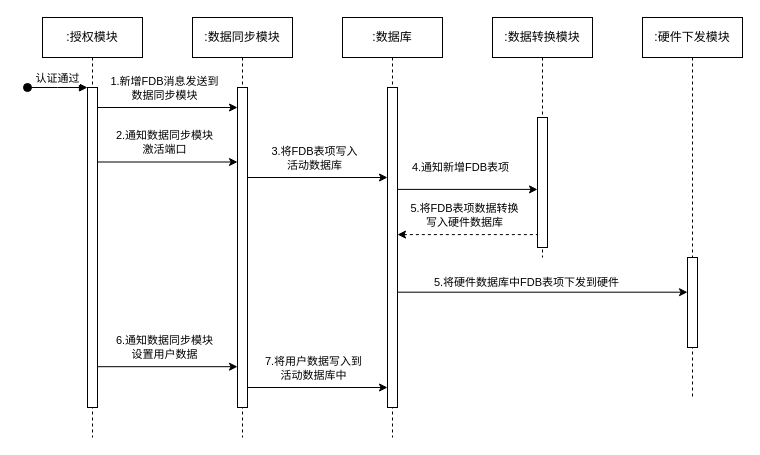
Before: 授权时序图.drawio in PATORITU/PATORITU, a draw.io diagram. Source tidied: cells renumbered, new cells numbered last; positions are measured from the earlier drawing's top-left corner, leaving out a move shared by most shapes. Both pictures are drawn from the tidied source at 100%, with x=0, y=0 at pixel (27, 17).
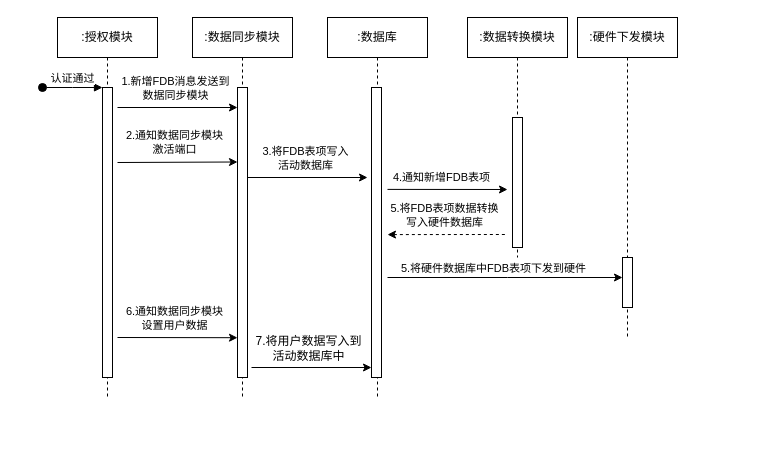
Above is the later version.

Commit message:
更新授权时序图.drawio

Diff of the diagram source:
```diff
@@
-    <mxCell id="2" value=":授权模块" style="shape=umlLifeline;perimeter=lifelinePerimeter;whiteSpace=wrap;html=1;newEdgeStyle={&quot;edgeStyle&quot;:&quot;elbowEdgeStyle&quot;,&quot;elbow&quot;:&quot;vertical&quot;,&quot;curved&quot;:0,&quot;rounded&quot;:0};" parent="1" vertex="1">
-      <mxGeometry x="15" width="100" height="420" as="geometry" />
+    <mxCell id="2" value="&lt;span style=&quot;font-weight: normal;&quot;&gt;:授权模块&lt;/span&gt;" style="shape=umlLifeline;perimeter=lifelinePerimeter;whiteSpace=wrap;html=1;newEdgeStyle={&quot;edgeStyle&quot;:&quot;elbowEdgeStyle&quot;,&quot;elbow&quot;:&quot;vertical&quot;,&quot;curved&quot;:0,&quot;rounded&quot;:0};fontFamily=宋体;fontStyle=1;" parent="1" vertex="1">
+      <mxGeometry x="30" width="100" height="380" as="geometry" />
     </mxCell>
-    <mxCell id="3" style="html=1;points=[];perimeter=orthogonalPerimeter;outlineConnect=0;targetShapes=umlLifeline;portConstraint=eastwest;newEdgeStyle={&quot;edgeStyle&quot;:&quot;elbowEdgeStyle&quot;,&quot;elbow&quot;:&quot;vertical&quot;,&quot;curved&quot;:0,&quot;rounded&quot;:0};" parent="2" vertex="1">
-      <mxGeometry x="45" y="70" width="10" height="320" as="geometry" />
+    <mxCell id="3" style="html=1;points=[];perimeter=orthogonalPerimeter;outlineConnect=0;targetShapes=umlLifeline;portConstraint=eastwest;newEdgeStyle={&quot;edgeStyle&quot;:&quot;elbowEdgeStyle&quot;,&quot;elbow&quot;:&quot;vertical&quot;,&quot;curved&quot;:0,&quot;rounded&quot;:0};fontFamily=宋体;fontStyle=0;" parent="2" vertex="1">
+      <mxGeometry x="45" y="70" width="10" height="290" as="geometry" />
     </mxCell>
-    <mxCell id="4" value="认证通过" style="html=1;verticalAlign=bottom;startArrow=oval;endArrow=block;startSize=8;edgeStyle=elbowEdgeStyle;elbow=vertical;curved=0;rounded=0;" parent="2" edge="1" target="3">
+    <mxCell id="4" value="认证通过" style="html=1;verticalAlign=bottom;startArrow=oval;endArrow=block;startSize=8;edgeStyle=elbowEdgeStyle;elbow=vertical;curved=0;rounded=0;fontFamily=宋体;fontStyle=0;" parent="2" edge="1" target="3">
       <mxGeometry relative="1" as="geometry">
         <mxPoint x="-15" y="70" as="sourcePoint" />
       </mxGeometry>
     </mxCell>
-    <mxCell id="5" value=":数据同步模块" style="shape=umlLifeline;perimeter=lifelinePerimeter;whiteSpace=wrap;html=1;newEdgeStyle={&quot;edgeStyle&quot;:&quot;elbowEdgeStyle&quot;,&quot;elbow&quot;:&quot;vertical&quot;,&quot;curved&quot;:0,&quot;rounded&quot;:0};" parent="1" vertex="1">
-      <mxGeometry x="165" width="100" height="420" as="geometry" />
+    <mxCell id="5" value=":数据同步模块" style="shape=umlLifeline;perimeter=lifelinePerimeter;whiteSpace=wrap;html=1;newEdgeStyle={&quot;edgeStyle&quot;:&quot;elbowEdgeStyle&quot;,&quot;elbow&quot;:&quot;vertical&quot;,&quot;curved&quot;:0,&quot;rounded&quot;:0};fontFamily=宋体;fontStyle=0;" parent="1" vertex="1">
+      <mxGeometry x="165" width="100" height="380" as="geometry" />
     </mxCell>
-    <mxCell id="6" style="html=1;perimeter=orthogonalPerimeter;targetShapes=umlLifeline;newEdgeStyle={&quot;edgeStyle&quot;:&quot;elbowEdgeStyle&quot;,&quot;elbow&quot;:&quot;vertical&quot;,&quot;curved&quot;:0,&quot;rounded&quot;:0};" parent="5" vertex="1">
-      <mxGeometry x="45" y="70" width="10" height="320" as="geometry" />
+    <mxCell id="6" style="html=1;perimeter=orthogonalPerimeter;targetShapes=umlLifeline;newEdgeStyle={&quot;edgeStyle&quot;:&quot;elbowEdgeStyle&quot;,&quot;elbow&quot;:&quot;vertical&quot;,&quot;curved&quot;:0,&quot;rounded&quot;:0};fontFamily=宋体;fontStyle=0;" parent="5" vertex="1">
+      <mxGeometry x="45" y="70" width="10" height="290" as="geometry" />
     </mxCell>
-    <mxCell id="7" value=":数据库" style="shape=umlLifeline;perimeter=lifelinePerimeter;whiteSpace=wrap;html=1;newEdgeStyle={&quot;edgeStyle&quot;:&quot;elbowEdgeStyle&quot;,&quot;elbow&quot;:&quot;vertical&quot;,&quot;curved&quot;:0,&quot;rounded&quot;:0};" parent="1" vertex="1">
-      <mxGeometry x="315" width="100" height="420" as="geometry" />
+    <mxCell id="7" value=":数据库" style="shape=umlLifeline;perimeter=lifelinePerimeter;whiteSpace=wrap;html=1;newEdgeStyle={&quot;edgeStyle&quot;:&quot;elbowEdgeStyle&quot;,&quot;elbow&quot;:&quot;vertical&quot;,&quot;curved&quot;:0,&quot;rounded&quot;:0};fontFamily=宋体;fontStyle=0;" parent="1" vertex="1">
+      <mxGeometry x="300" width="100" height="380" as="geometry" />
     </mxCell>
-    <mxCell id="8" style="html=1;perimeter=orthogonalPerimeter;targetShapes=umlLifeline;newEdgeStyle={&quot;edgeStyle&quot;:&quot;elbowEdgeStyle&quot;,&quot;elbow&quot;:&quot;vertical&quot;,&quot;curved&quot;:0,&quot;rounded&quot;:0};" parent="7" vertex="1">
-      <mxGeometry x="45" y="70" width="10" height="320" as="geometry" />
+    <mxCell id="8" style="html=1;perimeter=orthogonalPerimeter;targetShapes=umlLifeline;newEdgeStyle={&quot;edgeStyle&quot;:&quot;elbowEdgeStyle&quot;,&quot;elbow&quot;:&quot;vertical&quot;,&quot;curved&quot;:0,&quot;rounded&quot;:0};fontFamily=宋体;fontStyle=0;" parent="7" vertex="1">
+      <mxGeometry x="44" y="70" width="10" height="290" as="geometry" />
     </mxCell>
-    <mxCell id="9" value=":数据转换模块" style="shape=umlLifeline;perimeter=lifelinePerimeter;whiteSpace=wrap;html=1;newEdgeStyle={&quot;edgeStyle&quot;:&quot;elbowEdgeStyle&quot;,&quot;elbow&quot;:&quot;vertical&quot;,&quot;curved&quot;:0,&quot;rounded&quot;:0};" parent="1" vertex="1">
-      <mxGeometry x="465" width="100" height="240" as="geometry" />
+    <mxCell id="9" value=":数据转换模块" style="shape=umlLifeline;perimeter=lifelinePerimeter;whiteSpace=wrap;html=1;newEdgeStyle={&quot;edgeStyle&quot;:&quot;elbowEdgeStyle&quot;,&quot;elbow&quot;:&quot;vertical&quot;,&quot;curved&quot;:0,&quot;rounded&quot;:0};fontFamily=宋体;fontStyle=0;" parent="1" vertex="1">
+      <mxGeometry x="440" width="100" height="240" as="geometry" />
     </mxCell>
-    <mxCell id="10" style="html=1;perimeter=orthogonalPerimeter;targetShapes=umlLifeline;newEdgeStyle={&quot;edgeStyle&quot;:&quot;elbowEdgeStyle&quot;,&quot;elbow&quot;:&quot;vertical&quot;,&quot;curved&quot;:0,&quot;rounded&quot;:0};" parent="9" vertex="1">
+    <mxCell id="10" style="html=1;perimeter=orthogonalPerimeter;targetShapes=umlLifeline;newEdgeStyle={&quot;edgeStyle&quot;:&quot;elbowEdgeStyle&quot;,&quot;elbow&quot;:&quot;vertical&quot;,&quot;curved&quot;:0,&quot;rounded&quot;:0};fontFamily=宋体;fontStyle=0;" parent="9" vertex="1">
       <mxGeometry x="45" y="100" width="10" height="130" as="geometry" />
     </mxCell>
-    <mxCell id="11" value=":硬件下发模块" style="shape=umlLifeline;perimeter=lifelinePerimeter;whiteSpace=wrap;html=1;newEdgeStyle={&quot;edgeStyle&quot;:&quot;elbowEdgeStyle&quot;,&quot;elbow&quot;:&quot;vertical&quot;,&quot;curved&quot;:0,&quot;rounded&quot;:0};" parent="1" vertex="1">
-      <mxGeometry x="615" width="100" height="380" as="geometry" />
+    <mxCell id="11" value=":硬件下发模块" style="shape=umlLifeline;perimeter=lifelinePerimeter;whiteSpace=wrap;html=1;newEdgeStyle={&quot;edgeStyle&quot;:&quot;elbowEdgeStyle&quot;,&quot;elbow&quot;:&quot;vertical&quot;,&quot;curved&quot;:0,&quot;rounded&quot;:0};fontFamily=宋体;fontStyle=0;" parent="1" vertex="1">
+      <mxGeometry x="550" width="100" height="320" as="geometry" />
     </mxCell>
-    <mxCell id="12" style="html=1;points=[];perimeter=orthogonalPerimeter;outlineConnect=0;targetShapes=umlLifeline;portConstraint=eastwest;newEdgeStyle={&quot;edgeStyle&quot;:&quot;elbowEdgeStyle&quot;,&quot;elbow&quot;:&quot;vertical&quot;,&quot;curved&quot;:0,&quot;rounded&quot;:0};" parent="11" vertex="1">
-      <mxGeometry x="45" y="240" width="10" height="90" as="geometry" />
+    <mxCell id="12" style="html=1;points=[];perimeter=orthogonalPerimeter;outlineConnect=0;targetShapes=umlLifeline;portConstraint=eastwest;newEdgeStyle={&quot;edgeStyle&quot;:&quot;elbowEdgeStyle&quot;,&quot;elbow&quot;:&quot;vertical&quot;,&quot;curved&quot;:0,&quot;rounded&quot;:0};fontFamily=宋体;fontStyle=0;" parent="11" vertex="1">
+      <mxGeometry x="45" y="240" width="10" height="50" as="geometry" />
     </mxCell>
-    <mxCell id="13" style="endArrow=classic;html=1;rounded=0;" parent="1" edge="1">
+    <mxCell id="13" style="endArrow=classic;html=1;rounded=0;fontFamily=宋体;fontStyle=0;" parent="1" edge="1">
       <mxGeometry relative="1" as="geometry">
-        <mxPoint x="70" y="90" as="sourcePoint" />
+        <mxPoint x="90" y="90" as="sourcePoint" />
         <mxPoint x="210" y="90" as="targetPoint" />
       </mxGeometry>
     </mxCell>
-    <mxCell id="14" value="1.新增FDB消息发送到&lt;br&gt;数据同步模块" style="edgeLabel;html=1;align=center;verticalAlign=middle;" parent="13" vertex="1">
+    <mxCell id="14" value="1.新增FDB消息发送到&lt;br&gt;数据同步模块" style="edgeLabel;html=1;align=center;verticalAlign=middle;fontFamily=宋体;fontStyle=0;" parent="13" vertex="1">
       <mxGeometry x="-0.15" relative="1" as="geometry">
         <mxPoint x="6" y="-20" as="offset" />
       </mxGeometry>
     </mxCell>
-    <mxCell id="15" style="endArrow=classic;html=1;rounded=0;" parent="1" edge="1">
+    <mxCell id="15" style="endArrow=classic;html=1;rounded=0;fontFamily=宋体;fontStyle=0;" parent="1" edge="1">
       <mxGeometry relative="1" as="geometry">
         <mxPoint x="220" y="160" as="sourcePoint" />
-        <mxPoint x="360" y="160" as="targetPoint" />
+        <mxPoint x="340" y="160" as="targetPoint" />
       </mxGeometry>
     </mxCell>
-    <mxCell id="16" value="3.将FDB表项写入&lt;br&gt;活动数据库" style="edgeLabel;html=1;align=center;verticalAlign=middle;" parent="15" vertex="1">
+    <mxCell id="16" value="3.将FDB表项写入&lt;br&gt;活动数据库" style="edgeLabel;html=1;align=center;verticalAlign=middle;fontFamily=宋体;fontStyle=0;" parent="15" vertex="1">
       <mxGeometry x="-0.15" relative="1" as="geometry">
         <mxPoint x="6" y="-20" as="offset" />
       </mxGeometry>
     </mxCell>
-    <mxCell id="17" style="endArrow=none;html=1;rounded=0;endFill=0;startArrow=classic;startFill=1;dashed=1;" parent="1" edge="1">
+    <mxCell id="17" style="endArrow=none;html=1;rounded=0;endFill=0;startArrow=classic;startFill=1;dashed=1;fontFamily=宋体;fontStyle=0;" parent="1" edge="1">
       <mxGeometry relative="1" as="geometry">
-        <mxPoint x="370" y="217.1" as="sourcePoint" />
-        <mxPoint x="510" y="217.1" as="targetPoint" />
+        <mxPoint x="360" y="217.1" as="sourcePoint" />
+        <mxPoint x="480" y="217" as="targetPoint" />
       </mxGeometry>
     </mxCell>
-    <mxCell id="18" value="5.将FDB表项数据转换&lt;br&gt;写入硬件数据库" style="edgeLabel;html=1;align=center;verticalAlign=middle;" parent="17" vertex="1">
+    <mxCell id="18" value="5.将FDB表项数据转换&lt;br&gt;写入硬件数据库" style="edgeLabel;html=1;align=center;verticalAlign=middle;fontFamily=宋体;fontStyle=0;" parent="17" vertex="1">
       <mxGeometry x="-0.15" relative="1" as="geometry">
         <mxPoint x="6" y="-20" as="offset" />
       </mxGeometry>
     </mxCell>
-    <mxCell id="19" style="endArrow=classic;html=1;rounded=0;" parent="1" edge="1">
+    <mxCell id="19" style="endArrow=classic;html=1;rounded=0;fontFamily=宋体;fontStyle=0;fontSize=12;" parent="1" edge="1">
       <mxGeometry relative="1" as="geometry">
-        <mxPoint x="370" y="171.9" as="sourcePoint" />
-        <mxPoint x="510" y="171.9" as="targetPoint" />
+        <mxPoint x="360" y="171.9" as="sourcePoint" />
+        <mxPoint x="480" y="172" as="targetPoint" />
       </mxGeometry>
     </mxCell>
-    <mxCell id="20" value="4.通知新增FDB表项" style="edgeLabel;html=1;align=center;verticalAlign=middle;" parent="19" vertex="1">
+    <mxCell id="20" value="4.通知新增FDB表项" style="edgeLabel;html=1;align=center;verticalAlign=middle;fontFamily=宋体;fontStyle=0;" parent="19" vertex="1">
       <mxGeometry x="-0.11" y="10" relative="1" as="geometry">
-        <mxPoint y="-12" as="offset" />
+        <mxPoint y="-2" as="offset" />
       </mxGeometry>
     </mxCell>
-    <mxCell id="21" style="endArrow=classic;html=1;rounded=0;" parent="1" edge="1" target="12">
+    <mxCell id="21" style="endArrow=classic;html=1;rounded=0;fontFamily=宋体;fontStyle=0;" parent="1" edge="1" target="12">
       <mxGeometry relative="1" as="geometry">
-        <mxPoint x="370" y="274.7" as="sourcePoint" />
+        <mxPoint x="360" y="260" as="sourcePoint" />
+        <Array as="points">
+          <mxPoint x="480" y="260" />
+        </Array>
       </mxGeometry>
     </mxCell>
-    <mxCell id="22" value="5.将硬件数据库中FDB表项下发到硬件" style="edgeLabel;html=1;align=center;verticalAlign=middle;" parent="21" vertex="1">
+    <mxCell id="22" value="5.将硬件数据库中FDB表项下发到硬件" style="edgeLabel;html=1;align=center;verticalAlign=middle;fontFamily=宋体;fontStyle=0;" parent="21" vertex="1">
       <mxGeometry x="-0.15" relative="1" as="geometry">
         <mxPoint x="5" y="-10" as="offset" />
       </mxGeometry>
     </mxCell>
-    <mxCell id="23" style="endArrow=classic;html=1;rounded=0;" parent="1" edge="1">
+    <mxCell id="23" style="endArrow=classic;html=1;rounded=0;fontFamily=宋体;fontStyle=0;fontSize=12;" parent="1" edge="1">
       <mxGeometry relative="1" as="geometry">
-        <mxPoint x="70" y="349.2" as="sourcePoint" />
-        <mxPoint x="210" y="349.2" as="targetPoint" />
+        <mxPoint x="90" y="320" as="sourcePoint" />
+        <mxPoint x="210" y="320.2" as="targetPoint" />
       </mxGeometry>
     </mxCell>
-    <mxCell id="24" value="6.通知数据同步模块&lt;br&gt;设置用户数据" style="edgeLabel;html=1;align=center;verticalAlign=middle;" parent="23" vertex="1">
+    <mxCell id="24" value="6.通知数据同步模块&lt;br&gt;设置用户数据" style="edgeLabel;html=1;align=center;verticalAlign=middle;fontFamily=宋体;fontStyle=0;" parent="23" vertex="1">
       <mxGeometry x="-0.15" relative="1" as="geometry">
         <mxPoint x="6" y="-20" as="offset" />
       </mxGeometry>
     </mxCell>
-    <mxCell id="25" style="endArrow=classic;html=1;rounded=0;" parent="1" edge="1">
+    <mxCell id="25" style="endArrow=classic;html=1;rounded=0;fontFamily=宋体;fontStyle=0;" parent="1" edge="1">
       <mxGeometry relative="1" as="geometry">
-        <mxPoint x="220" y="370" as="sourcePoint" />
-        <mxPoint x="360" y="370" as="targetPoint" />
+        <mxPoint x="224" y="350" as="sourcePoint" />
+        <mxPoint x="344" y="350" as="targetPoint" />
       </mxGeometry>
     </mxCell>
-    <mxCell id="26" value="7.将用户数据写入到&lt;br&gt;活动数据库中" style="edgeLabel;html=1;align=center;verticalAlign=middle;" parent="25" vertex="1">
+    <mxCell id="26" value="7.将用户数据写入到&lt;br style=&quot;font-size: 12px;&quot;&gt;活动数据库中" style="edgeLabel;html=1;align=center;verticalAlign=middle;fontFamily=宋体;fontStyle=0;fontSize=12;" parent="25" vertex="1">
       <mxGeometry x="-0.15" relative="1" as="geometry">
         <mxPoint x="5" y="-20" as="offset" />
       </mxGeometry>
     </mxCell>
-    <mxCell id="27" style="endArrow=classic;html=1;rounded=0;" parent="1" edge="1">
+    <mxCell id="27" style="endArrow=classic;html=1;rounded=0;fontFamily=宋体;fontStyle=0;" parent="1" edge="1">
       <mxGeometry relative="1" as="geometry">
-        <mxPoint x="70" y="144.5" as="sourcePoint" />
+        <mxPoint x="90" y="145" as="sourcePoint" />
         <mxPoint x="210" y="144.5" as="targetPoint" />
       </mxGeometry>
     </mxCell>
-    <mxCell id="28" value="2.通知数据同步模块&lt;br&gt;激活端口" style="edgeLabel;html=1;align=center;verticalAlign=middle;" parent="27" vertex="1">
+    <mxCell id="28" value="2.通知数据同步模块&lt;br&gt;激活端口" style="edgeLabel;html=1;align=center;verticalAlign=middle;fontFamily=宋体;fontStyle=0;" parent="27" vertex="1">
       <mxGeometry x="-0.15" relative="1" as="geometry">
         <mxPoint x="6" y="-20" as="offset" />
       </mxGeometry>
     </mxCell>
```
